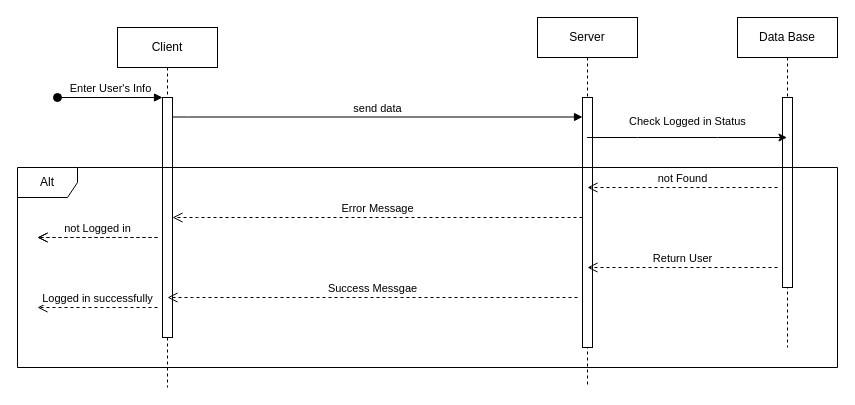
HabebaHamada/Bank_System_QT keeps this draw.io diagram as Login Request.drawio. Above is the earlier version. Source tidied: cells renumbered, new cells numbered last; positions are measured from the earlier drawing's top-left corner, leaving out a move shared by most shapes. Both pictures are drawn from the tidied source at 100%, with x=0, y=0 at pixel (17, 17).
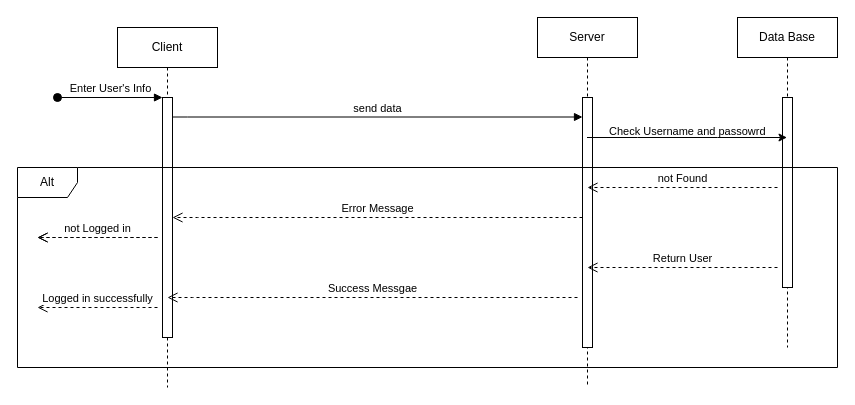
The same page after the edit.

Commit message:
updating login sequence diagram

What changed in the source:
```diff
@@
-    <mxCell id="12" value="&lt;div style=&quot;text-align: center;&quot;&gt;&lt;span style=&quot;font-size: 11px; text-wrap: nowrap; background-color: rgb(255, 255, 255);&quot;&gt;Check Logged in Status&lt;/span&gt;&lt;/div&gt;" style="text;whiteSpace=wrap;html=1;" parent="1" vertex="1">
-      <mxGeometry x="610" y="90" width="130" height="50" as="geometry" />
+    <mxCell id="12" value="&lt;div style=&quot;text-align: center;&quot;&gt;&lt;span style=&quot;font-size: 11px; text-wrap: nowrap; background-color: rgb(255, 255, 255);&quot;&gt;Check Username and passowrd&lt;/span&gt;&lt;/div&gt;" style="text;whiteSpace=wrap;html=1;" parent="1" vertex="1">
+      <mxGeometry x="590" y="100" width="130" height="50" as="geometry" />
     </mxCell>
```
